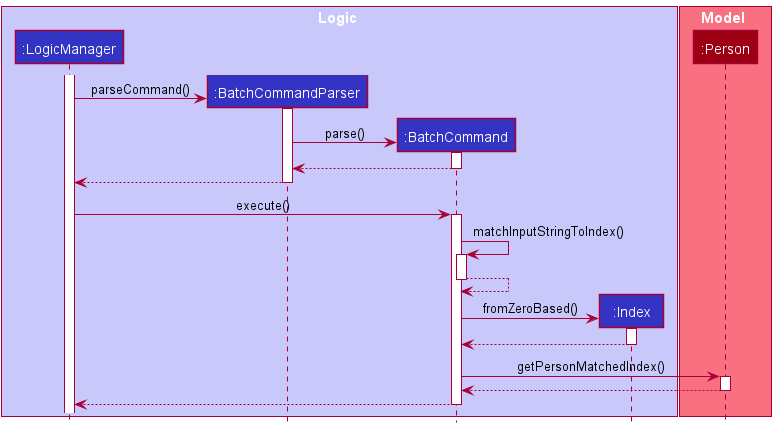
This is docs/images/BatchCommandInputToIndexSequenceDiagram.png from nus-cs2103-AY2122S2/tp, a PlantUML export, as it was before one commit.
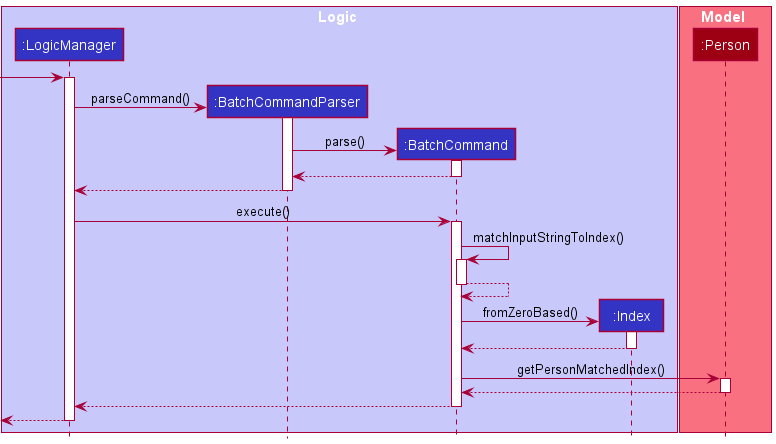
The same diagram one commit later.

The edit, as a diff of the source:
```diff
@@ -13,6 +13,7 @@
 participant ":Person"  as Person MODEL_COLOR
 box end
 
+[-> LogicManager
 activate LogicManager
 create BatchCommandParser
 LogicManager -> BatchCommandParser: parseCommand()
@@ -47,4 +48,7 @@
 Person --> BatchCommand
 deactivate Person
 return
+
+[<-- LogicManager
+deactivate LogicManager
 @enduml
```
